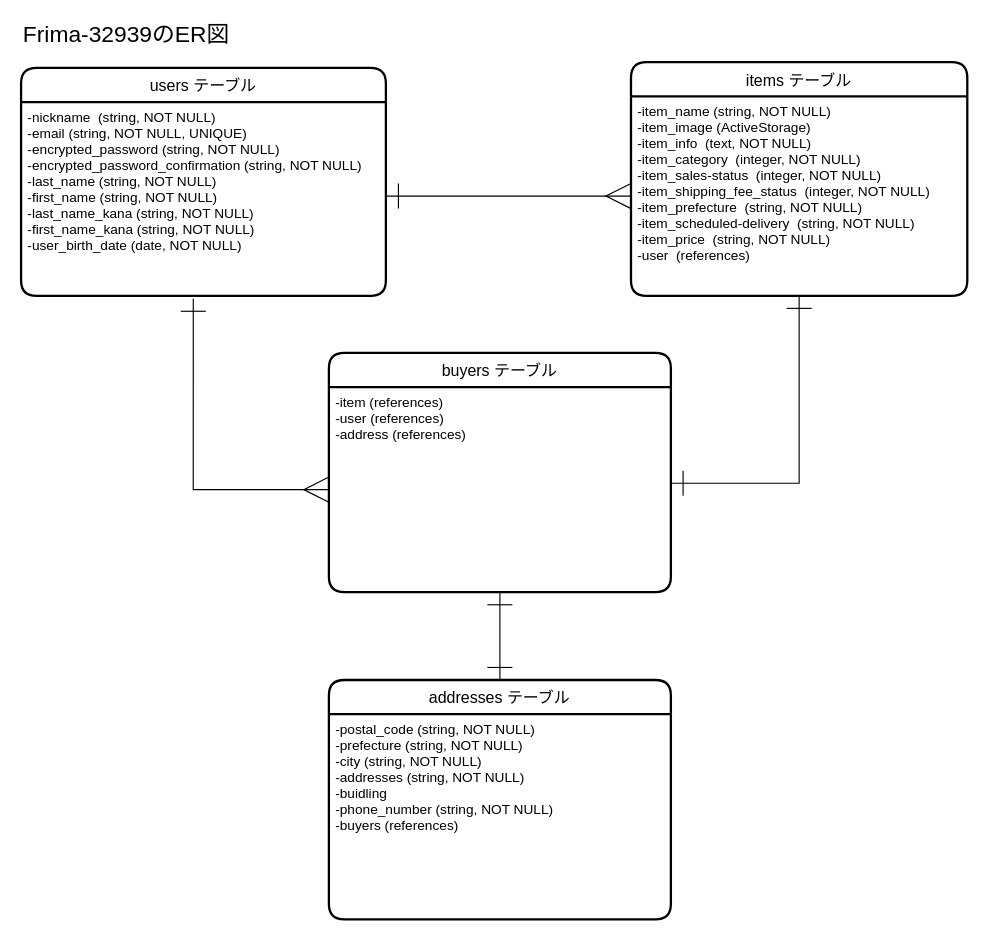
Before: ERM.dio in DAIKINKO/frima-32939, a draw.io diagram. Source tidied: cells renumbered, new cells numbered last; positions are measured from the earlier drawing's top-left corner, leaving out a move shared by most shapes. Both pictures are drawn from the tidied source at 114%, with x=0, y=0 at pixel (21, 22).
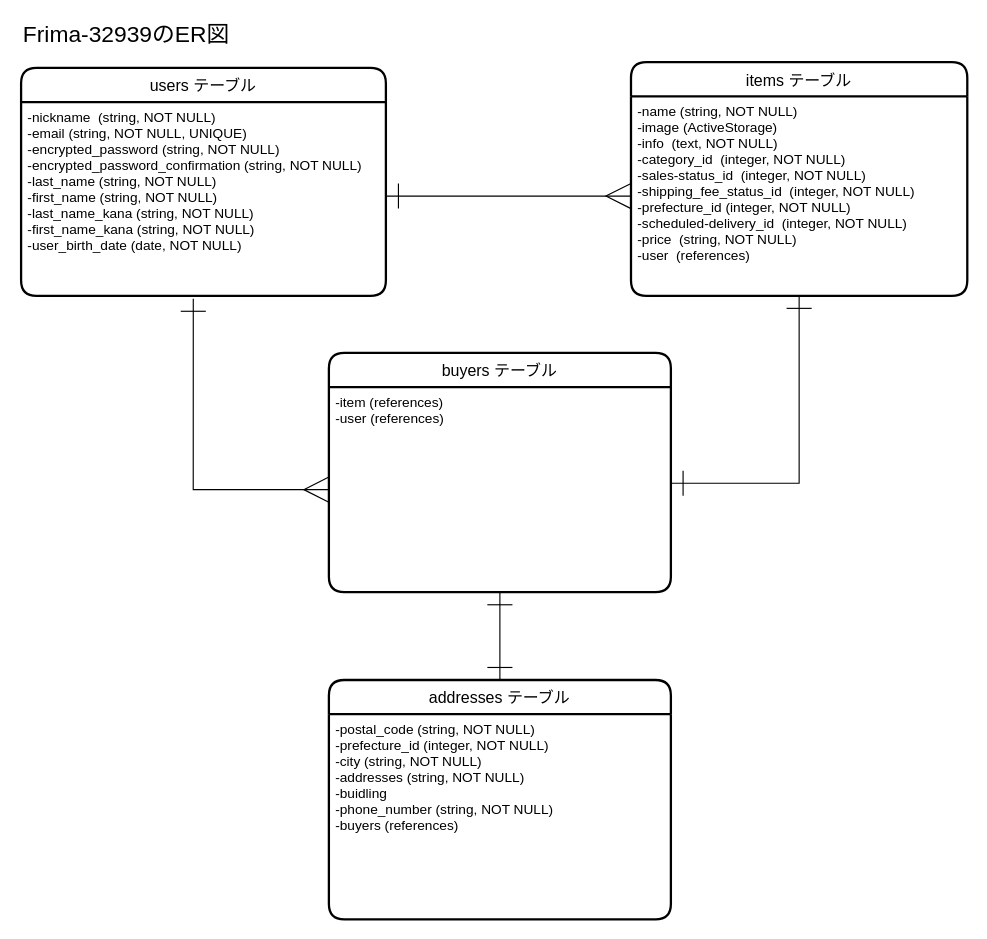
The same page after the edit.

Commit message (it also covers changes not shown here):
テーブル設計_3

Diff of the diagram source:
```diff
@@
 <mxGraphModel>
   <root>
     <mxCell id="0" />
     <mxCell id="1" parent="0" />
     <mxCell id="2" value="users テーブル" style="swimlane;horizontal=1;startSize=30;rounded=1;fontSize=14;fontStyle=0;strokeWidth=2;shadow=0;dashed=0;align=center;" parent="1" vertex="1">
       <mxGeometry y="40" width="320" height="200" as="geometry" />
     </mxCell>
     <mxCell id="3" value="-nickname  (string, NOT NULL)&#10;-email (string, NOT NULL, UNIQUE)&#10;-encrypted_password (string, NOT NULL)&#10;-encrypted_password_confirmation (string, NOT NULL)&#10;-last_name (string, NOT NULL)&#10;-first_name (string, NOT NULL)&#10;-last_name_kana (string, NOT NULL)&#10;-first_name_kana (string, NOT NULL)&#10;-user_birth_date (date, NOT NULL)" style="align=left;strokeColor=none;fillColor=none;spacingLeft=4;fontSize=12;verticalAlign=top;" parent="2" vertex="1">
       <mxGeometry y="30" width="320" height="170" as="geometry" />
     </mxCell>
     <mxCell id="4" value="&lt;font style=&quot;font-size: 20px&quot;&gt;Frima-32939のER図&lt;/font&gt;" style="text;html=1;strokeColor=none;fillColor=none;align=left;verticalAlign=middle;whiteSpace=wrap;rounded=0;" parent="1" vertex="1">
       <mxGeometry width="250" height="20" as="geometry" />
     </mxCell>
     <mxCell id="5" value="items テーブル" style="swimlane;horizontal=1;startSize=30;rounded=1;fontSize=14;fontStyle=0;strokeWidth=2;shadow=0;dashed=0;align=center;" parent="1" vertex="1">
       <mxGeometry x="535" y="35" width="295" height="205" as="geometry" />
     </mxCell>
-    <mxCell id="6" value="-item_name (string, NOT NULL)&#10;-item_image (ActiveStorage)&#10;-item_info  (text, NOT NULL)&#10;-item_category  (integer, NOT NULL)&#10;-item_sales-status  (integer, NOT NULL)&#10;-item_shipping_fee_status  (integer, NOT NULL)&#10;-item_prefecture  (string, NOT NULL)&#10;-item_scheduled-delivery  (string, NOT NULL)&#10;-item_price  (string, NOT NULL)&#10;-user  (references)" style="align=left;strokeColor=none;fillColor=none;spacingLeft=4;fontSize=12;verticalAlign=top;fontStyle=0;" parent="5" vertex="1">
+    <mxCell id="6" value="-name (string, NOT NULL)&#10;-image (ActiveStorage)&#10;-info  (text, NOT NULL)&#10;-category_id  (integer, NOT NULL)&#10;-sales-status_id  (integer, NOT NULL)&#10;-shipping_fee_status_id  (integer, NOT NULL)&#10;-prefecture_id (integer, NOT NULL)&#10;-scheduled-delivery_id  (integer, NOT NULL)&#10;-price  (string, NOT NULL)&#10;-user  (references)" style="align=left;strokeColor=none;fillColor=none;spacingLeft=4;fontSize=12;verticalAlign=top;fontStyle=0;" parent="5" vertex="1">
       <mxGeometry y="30" width="295" height="175" as="geometry" />
     </mxCell>
     <mxCell id="7" style="edgeStyle=orthogonalEdgeStyle;rounded=0;jettySize=auto;html=1;startArrow=ERone;startFill=0;startSize=20;endArrow=ERone;endFill=0;endSize=20;strokeWidth=1;entryX=0.5;entryY=1;entryDx=0;entryDy=0;exitX=0.999;exitY=0.469;exitDx=0;exitDy=0;exitPerimeter=0;" parent="1" edge="1" source="9" target="6">
       <mxGeometry relative="1" as="geometry" />
     </mxCell>
     <mxCell id="8" value="buyers テーブル" style="swimlane;horizontal=1;startSize=30;rounded=1;fontSize=14;fontStyle=0;strokeWidth=2;shadow=0;dashed=0;align=center;" parent="1" vertex="1">
       <mxGeometry x="270" y="290" width="300" height="210" as="geometry" />
     </mxCell>
-    <mxCell id="9" value="-item (references)&#10;-user (references)&#10;-address (references)" style="align=left;strokeColor=none;fillColor=none;spacingLeft=4;fontSize=12;verticalAlign=top;" parent="8" vertex="1">
+    <mxCell id="9" value="-item (references)&#10;-user (references)" style="align=left;strokeColor=none;fillColor=none;spacingLeft=4;fontSize=12;verticalAlign=top;" parent="8" vertex="1">
       <mxGeometry y="30" width="300" height="180" as="geometry" />
     </mxCell>
     <mxCell id="10" style="edgeStyle=orthogonalEdgeStyle;rounded=0;jettySize=auto;html=1;entryX=0;entryY=0.5;entryDx=0;entryDy=0;startArrow=ERone;startFill=0;startSize=20;endArrow=ERmany;endFill=0;endSize=20;" parent="1" edge="1" source="3" target="6">
       <mxGeometry relative="1" as="geometry">
         <Array as="points">
           <mxPoint x="423" y="153" />
         </Array>
       </mxGeometry>
     </mxCell>
     <mxCell id="11" style="edgeStyle=orthogonalEdgeStyle;rounded=0;jettySize=auto;html=1;startArrow=ERmany;startFill=0;startSize=20;endArrow=ERone;endFill=0;endSize=20;entryX=0.472;entryY=1.015;entryDx=0;entryDy=0;entryPerimeter=0;exitX=0;exitY=0.5;exitDx=0;exitDy=0;" parent="1" edge="1" source="9" target="3">
       <mxGeometry relative="1" as="geometry" />
     </mxCell>
     <mxCell id="12" value="addresses テーブル" style="swimlane;horizontal=1;startSize=30;rounded=1;fontSize=14;fontStyle=0;strokeWidth=2;shadow=0;dashed=0;align=center;" parent="1" vertex="1">
       <mxGeometry x="270" y="577" width="300" height="210" as="geometry" />
     </mxCell>
-    <mxCell id="13" value="-postal_code (string, NOT NULL)&#10;-prefecture (string, NOT NULL)&#10;-city (string, NOT NULL)&#10;-addresses (string, NOT NULL)&#10;-buidling&#10;-phone_number (string, NOT NULL)&#10;-buyers (references)" style="align=left;strokeColor=none;fillColor=none;spacingLeft=4;fontSize=12;verticalAlign=top;" parent="12" vertex="1">
+    <mxCell id="13" value="-postal_code (string, NOT NULL)&#10;-prefecture_id (integer, NOT NULL)&#10;-city (string, NOT NULL)&#10;-addresses (string, NOT NULL)&#10;-buidling&#10;-phone_number (string, NOT NULL)&#10;-buyers (references)" style="align=left;strokeColor=none;fillColor=none;spacingLeft=4;fontSize=12;verticalAlign=top;" parent="12" vertex="1">
       <mxGeometry y="30" width="300" height="180" as="geometry" />
     </mxCell>
     <mxCell id="14" style="edgeStyle=orthogonalEdgeStyle;rounded=0;jettySize=auto;html=1;entryX=0.5;entryY=1;entryDx=0;entryDy=0;startArrow=ERone;startFill=0;startSize=20;endArrow=ERone;endFill=0;endSize=20;exitX=0.5;exitY=0;exitDx=0;exitDy=0;" parent="1" edge="1" source="12" target="8">
       <mxGeometry relative="1" as="geometry" />
     </mxCell>
   </root>
 </mxGraphModel>
```
